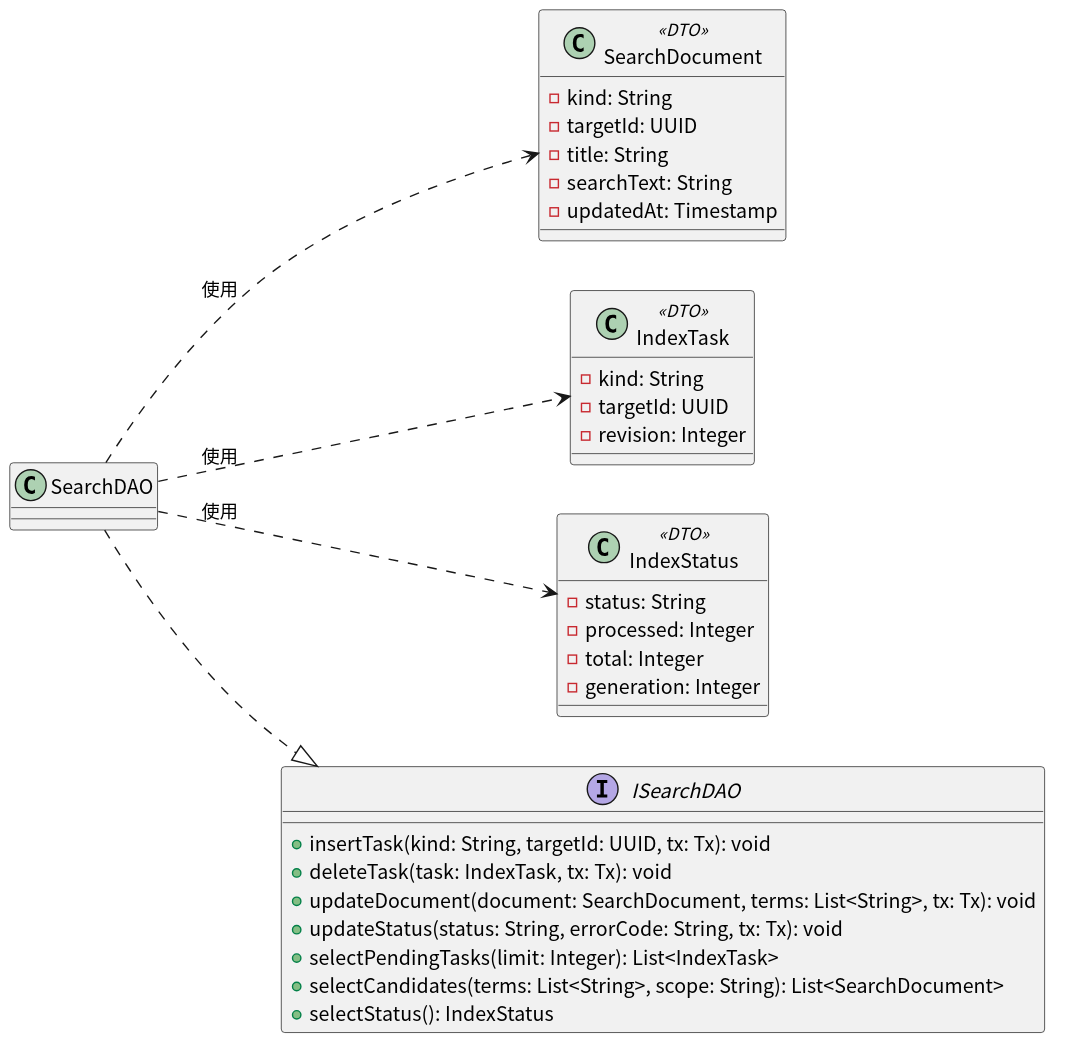
Earlier version of the PlantUML export docs/SE_Experiment/design/figures/data-design-3.svg (AlanRosston/labloom).
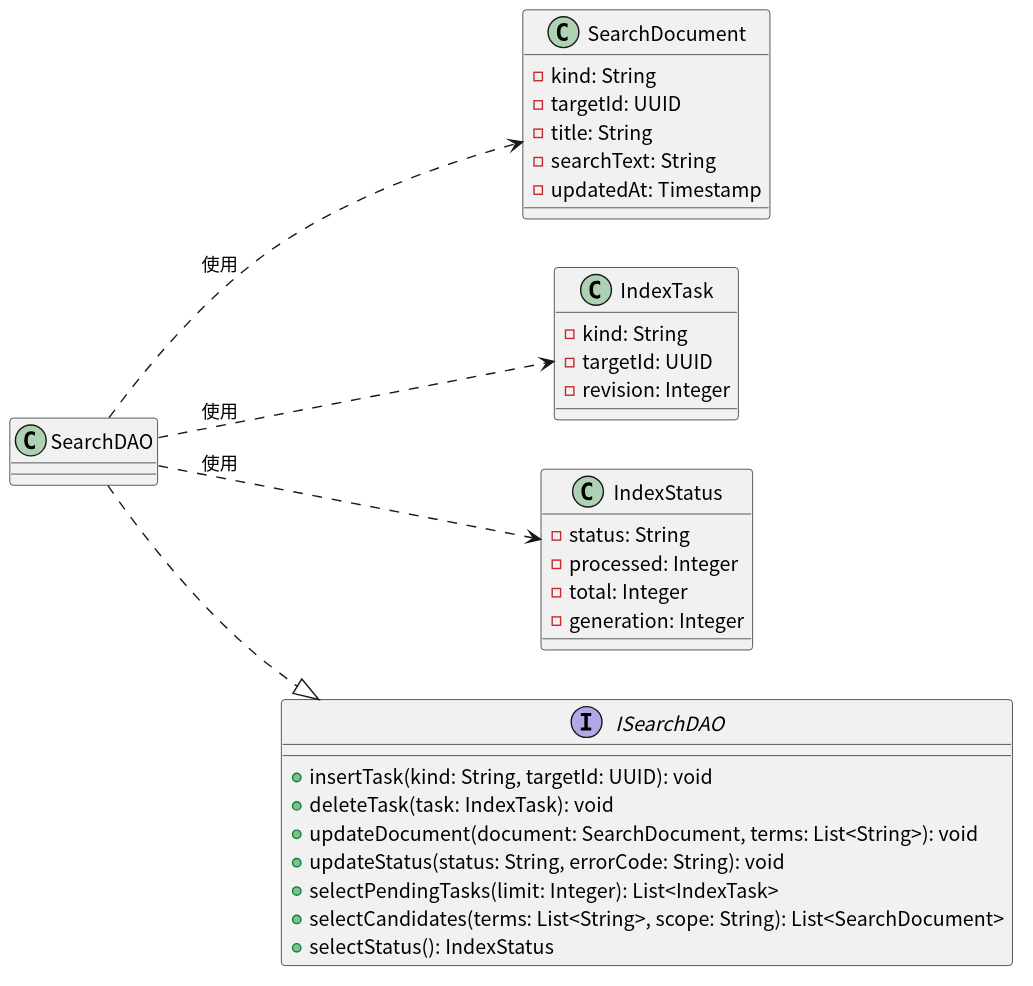
Above is the later version.

Change to the diagram source:
```diff
@@ -2,19 +2,19 @@
 !include _style_sample.iuml
 left to right direction
 
-class SearchDocument <<DTO>> {
+class SearchDocument {
   - kind: String
   - targetId: UUID
   - title: String
   - searchText: String
   - updatedAt: Timestamp
 }
-class IndexTask <<DTO>> {
+class IndexTask {
   - kind: String
   - targetId: UUID
   - revision: Integer
 }
-class IndexStatus <<DTO>> {
+class IndexStatus {
   - status: String
   - processed: Integer
   - total: Integer
@@ -22,10 +22,10 @@
 }
 
 interface ISearchDAO {
-  + insertTask(kind: String, targetId: UUID, tx: Tx): void
-  + deleteTask(task: IndexTask, tx: Tx): void
-  + updateDocument(document: SearchDocument, terms: List<String>, tx: Tx): void
-  + updateStatus(status: String, errorCode: String, tx: Tx): void
+  + insertTask(kind: String, targetId: UUID): void
+  + deleteTask(task: IndexTask): void
+  + updateDocument(document: SearchDocument, terms: List<String>): void
+  + updateStatus(status: String, errorCode: String): void
   + selectPendingTasks(limit: Integer): List<IndexTask>
   + selectCandidates(terms: List<String>, scope: String): List<SearchDocument>
   + selectStatus(): IndexStatus
```
